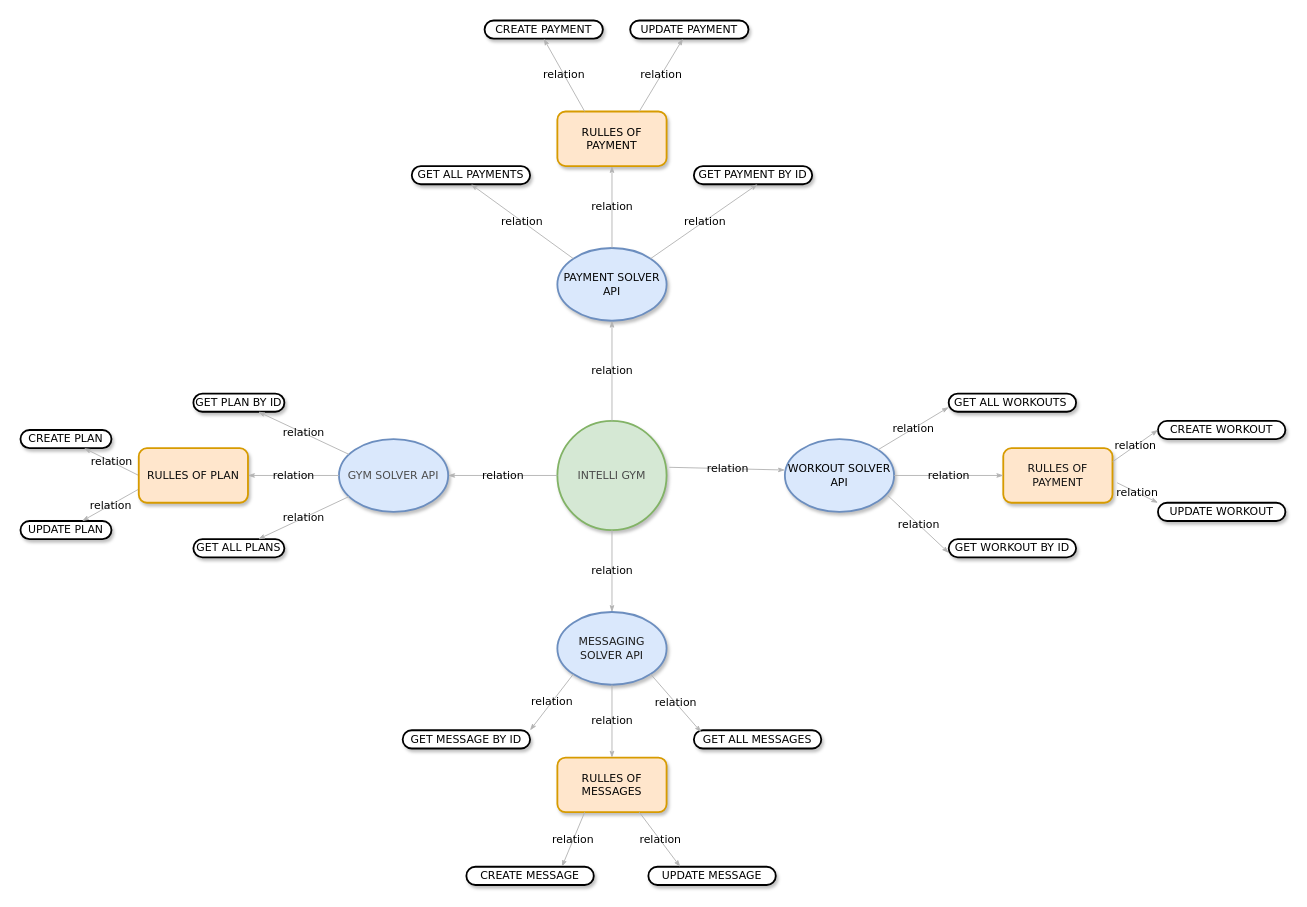
Earlier version of the draw.io diagram mapintelligym.drawio (devhebert/intelligym). Source tidied: cells renumbered, new cells numbered last; positions are measured from the earlier drawing's top-left corner, leaving out a move shared by most shapes. Both pictures are drawn from the tidied source at 91%, with x=0, y=0 at pixel (20, 20).
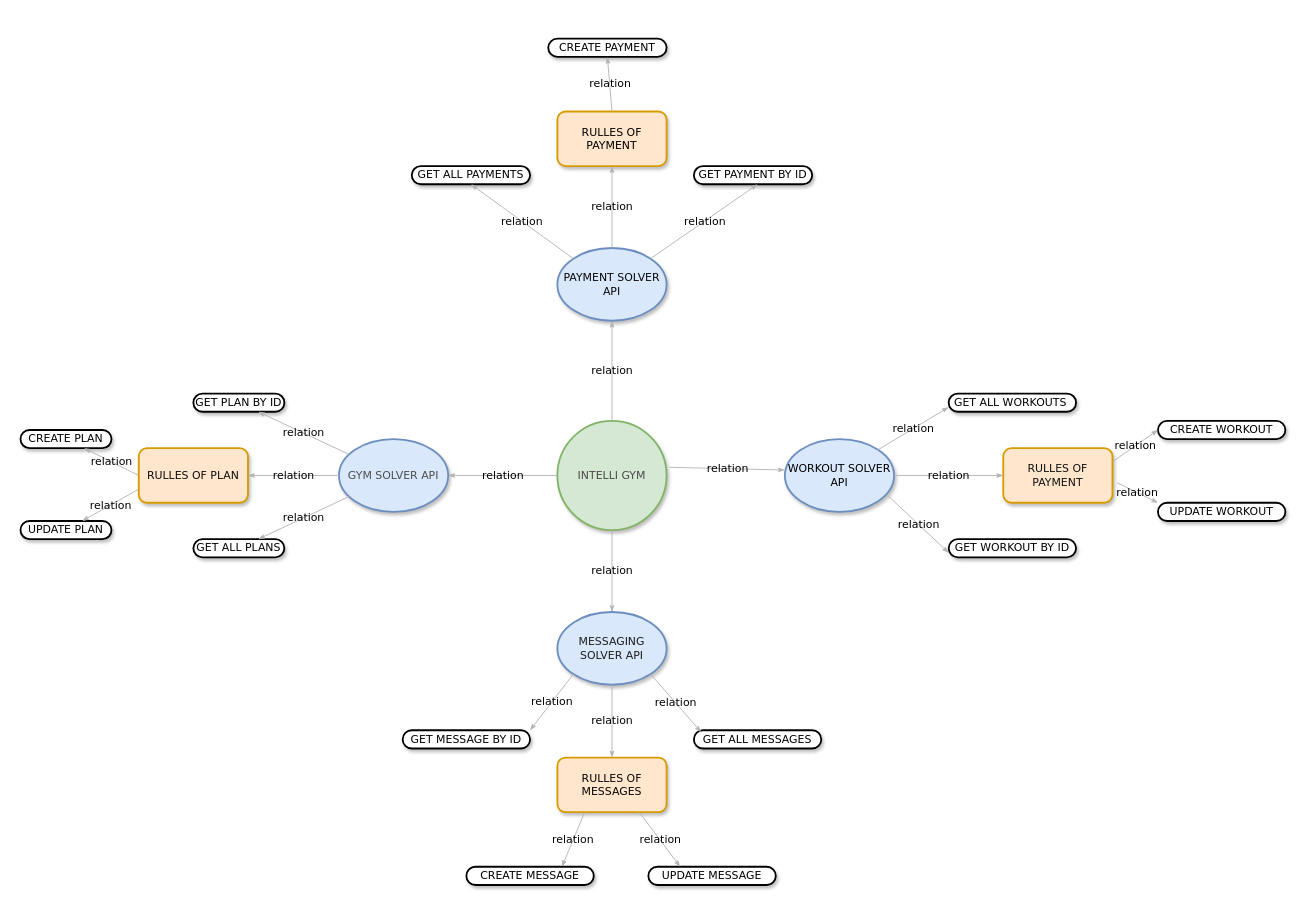
After the change.

The change refers to these unchanged cells:
```xml
<mxCell id="21" value="RULLES OF PAYMENT" style="rounded=1;whiteSpace=wrap;html=1;shadow=1;comic=0;labelBackgroundColor=none;strokeWidth=2;fontFamily=Verdana;fontSize=12;align=center;fillColor=#ffe6cc;strokeColor=#d79b00;fontColor=#000000;" parent="1" vertex="1">
  <mxGeometry x="590" y="100" width="120" height="60" as="geometry" />
</mxCell>
```

What changed in the source:
```diff
@@
     <mxCell id="23" value="CREATE PAYMENT" style="whiteSpace=wrap;html=1;rounded=1;shadow=1;comic=0;labelBackgroundColor=none;strokeWidth=2;fontFamily=Verdana;fontSize=12;align=center;arcSize=50;" parent="1" vertex="1">
-      <mxGeometry x="510" width="130" height="20" as="geometry" />
+      <mxGeometry x="580" y="20" width="130" height="20" as="geometry" />
     </mxCell>
@@
-    <mxCell id="28" value="UPDATE PAYMENT" style="whiteSpace=wrap;html=1;rounded=1;shadow=1;comic=0;labelBackgroundColor=none;strokeWidth=2;fontFamily=Verdana;fontSize=12;align=center;arcSize=50;" parent="1" vertex="1">
-      <mxGeometry x="670" width="130" height="20" as="geometry" />
-    </mxCell>
-    <mxCell id="29" value="relation" style="edgeStyle=none;rounded=1;html=1;labelBackgroundColor=none;startArrow=none;startFill=0;startSize=5;endArrow=classicThin;endFill=1;endSize=5;jettySize=auto;strokeColor=#B3B3B3;strokeWidth=1;fontFamily=Verdana;fontSize=12;exitX=0.25;exitY=0;exitDx=0;exitDy=0;entryX=0.5;entryY=1;entryDx=0;entryDy=0;" parent="1" edge="1" source="21" target="23">
+    <mxCell id="29" value="relation" style="edgeStyle=none;rounded=1;html=1;labelBackgroundColor=none;startArrow=none;startFill=0;startSize=5;endArrow=classicThin;endFill=1;endSize=5;jettySize=auto;strokeColor=#B3B3B3;strokeWidth=1;fontFamily=Verdana;fontSize=12;exitX=0.5;exitY=0;exitDx=0;exitDy=0;entryX=0.5;entryY=1;entryDx=0;entryDy=0;" parent="1" edge="1" source="21" target="23">
       <mxGeometry relative="1" as="geometry" />
     </mxCell>
-    <mxCell id="30" value="relation" style="edgeStyle=none;rounded=1;html=1;labelBackgroundColor=none;startArrow=none;startFill=0;startSize=5;endArrow=classicThin;endFill=1;endSize=5;jettySize=auto;strokeColor=#B3B3B3;strokeWidth=1;fontFamily=Verdana;fontSize=12;exitX=0.75;exitY=0;exitDx=0;exitDy=0;entryX=0.446;entryY=1;entryDx=0;entryDy=0;entryPerimeter=0;" parent="1" edge="1" source="21" target="28">
-      <mxGeometry relative="1" as="geometry" />
-    </mxCell>
```
